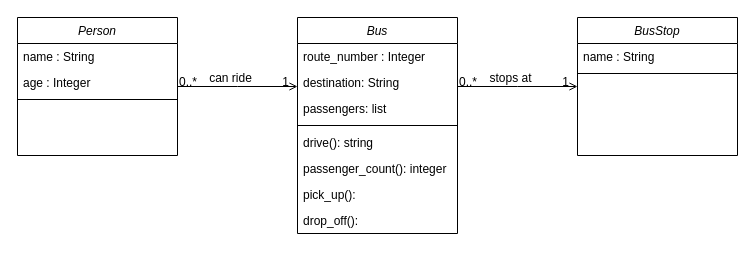
Before: UMLClassDiagram.drawio in Michalju/week2_day2_homework, a draw.io diagram. Source tidied: cells renumbered, new cells numbered last; positions are measured from the earlier drawing's top-left corner, leaving out a move shared by most shapes. Both pictures are drawn from the tidied source at 100%, with x=0, y=0 at pixel (17, 17).
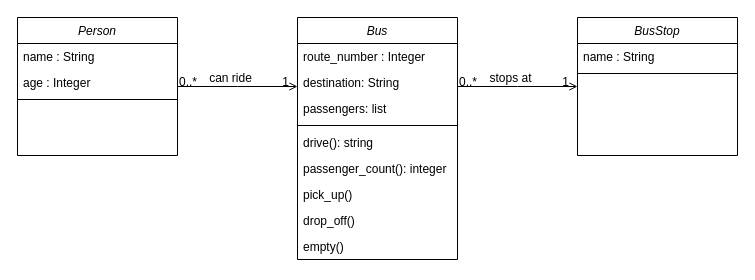
The same diagram, later.

Commit message (it also covers changes not shown here):
Updated class diagram and class Bus to add method empty()

The edit, as a diff of the source:
```diff
@@
     <mxCell id="2" value="Bus" style="swimlane;fontStyle=2;align=center;verticalAlign=top;horizontal=1;startSize=26;rounded=0;shadow=0;strokeWidth=1;" parent="1" vertex="1">
-      <mxGeometry x="280" width="160" height="216" as="geometry" />
+      <mxGeometry x="280" width="160" height="242" as="geometry" />
     </mxCell>
@@
-    <mxCell id="9" value="pick_up(): " style="text;align=left;verticalAlign=top;spacingLeft=4;spacingRight=4;overflow=hidden;" parent="2" vertex="1">
+    <mxCell id="9" value="pick_up() " style="text;align=left;verticalAlign=top;spacingLeft=4;spacingRight=4;overflow=hidden;" parent="2" vertex="1">
       <mxGeometry y="164" width="160" height="26" as="geometry" />
     </mxCell>
-    <mxCell id="10" value="drop_off(): " style="text;align=left;verticalAlign=top;spacingLeft=4;spacingRight=4;overflow=hidden;" parent="2" vertex="1">
+    <mxCell id="10" value="drop_off() " style="text;align=left;verticalAlign=top;spacingLeft=4;spacingRight=4;overflow=hidden;" parent="2" vertex="1">
       <mxGeometry y="190" width="160" height="26" as="geometry" />
     </mxCell>
+    <mxCell id="26" value="empty()" style="text;align=left;verticalAlign=top;spacingLeft=4;spacingRight=4;overflow=hidden;" parent="2" vertex="1">
+      <mxGeometry y="216" width="160" height="26" as="geometry" />
+    </mxCell>
```
